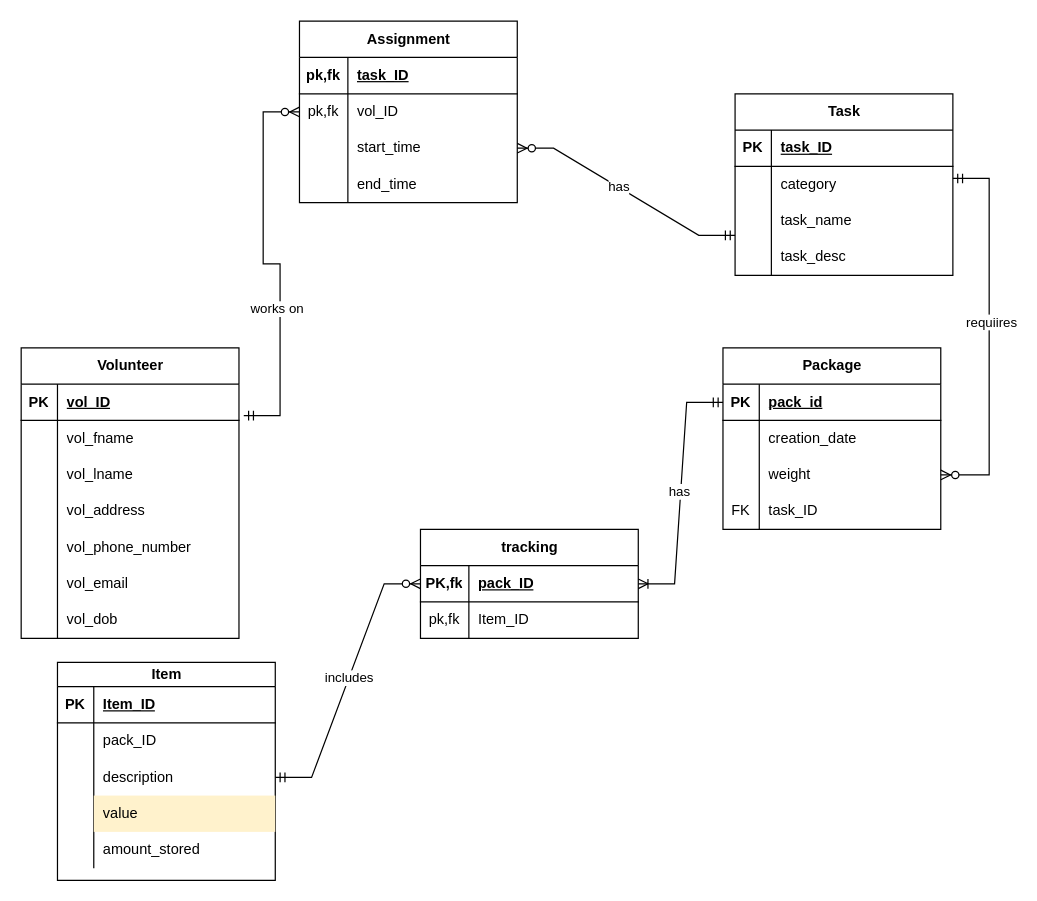
Before: Untitled Diagram.drawio in yumvinegar/database, a draw.io diagram. Source tidied: cells renumbered, new cells numbered last; positions are measured from the earlier drawing's top-left corner, leaving out a move shared by most shapes. Both pictures are drawn from the tidied source at 121%, with x=0, y=0 at pixel (21, 21).
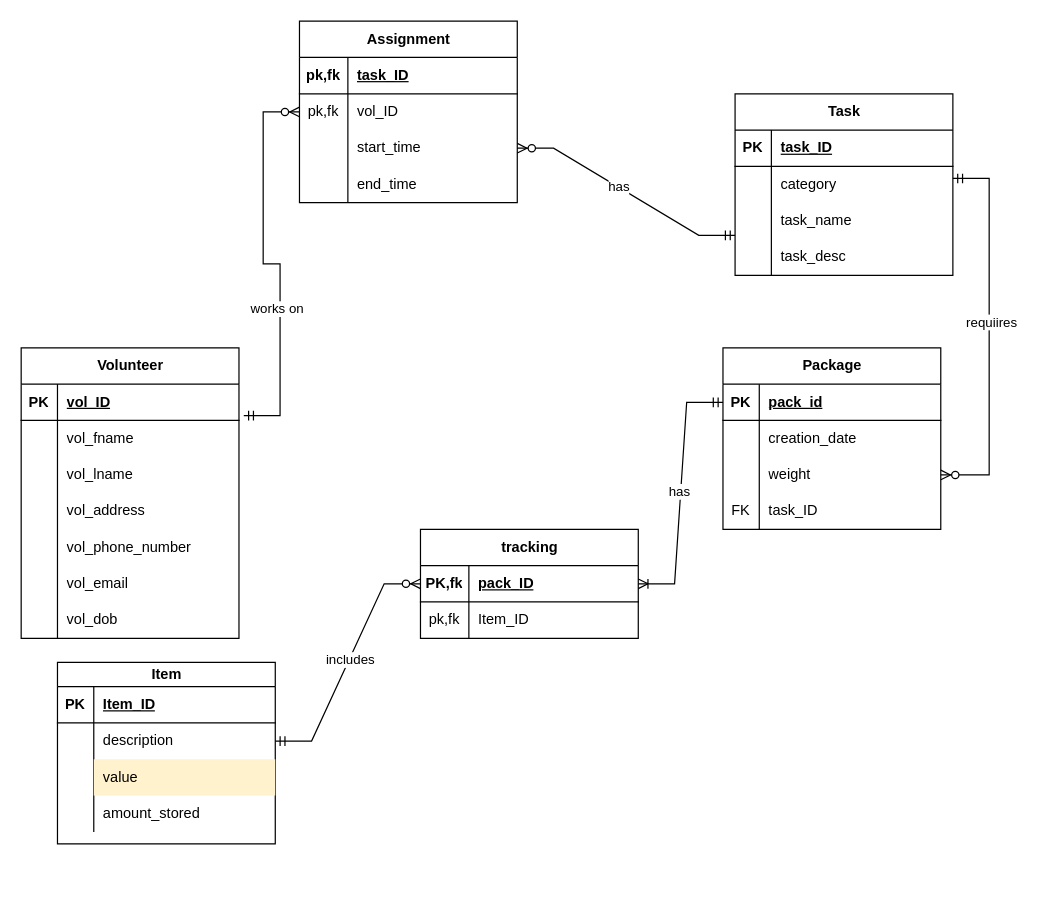
After the change.

Diff of the diagram source:
```diff
@@
     <mxCell id="24" value="Item" style="shape=table;startSize=20;childLayout=tableLayout;rowLines=0;fontStyle=1;align=center;html=1;" parent="1" vertex="1">
-      <mxGeometry x="30" y="530" width="180" height="180" as="geometry" />
+      <mxGeometry x="30" y="530" width="180" height="150" as="geometry" />
     </mxCell>
@@
-    <mxCell id="28" style="shape=tableRow;horizontal=0;startSize=0;swimlaneHead=0;swimlaneBody=0;fillColor=none;top=0;left=0;right=0;bottom=0;" parent="24" vertex="1">
-      <mxGeometry y="50" width="180" height="30" as="geometry" />
-    </mxCell>
-    <mxCell id="29" style="shape=partialRectangle;fillColor=none;top=0;left=0;bottom=0;right=0;overflow=hidden;whiteSpace=wrap;html=1;" parent="28" vertex="1">
-      <mxGeometry width="30" height="30" as="geometry" />
-    </mxCell>
-    <mxCell id="30" value="pack_ID" style="shape=partialRectangle;fillColor=none;top=0;left=0;bottom=0;right=0;align=left;spacingLeft=6;overflow=hidden;whiteSpace=wrap;html=1;" parent="28" vertex="1">
-      <mxGeometry x="30" width="150" height="30" as="geometry" />
-    </mxCell>
     <mxCell id="31" style="shape=tableRow;horizontal=0;startSize=0;swimlaneHead=0;swimlaneBody=0;fillColor=none;points=[[0,0.5],[1,0.5]];portConstraint=eastwest;top=0;left=0;right=0;bottom=0;" parent="24" vertex="1">
-      <mxGeometry y="80" width="180" height="30" as="geometry" />
+      <mxGeometry y="50" width="180" height="30" as="geometry" />
     </mxCell>
@@
     <mxCell id="34" style="shape=tableRow;horizontal=0;startSize=0;swimlaneHead=0;swimlaneBody=0;fillColor=none;top=0;left=0;right=0;bottom=0;" parent="24" vertex="1">
-      <mxGeometry y="110" width="180" height="30" as="geometry" />
+      <mxGeometry y="80" width="180" height="30" as="geometry" />
     </mxCell>
@@
     <mxCell id="37" style="shape=tableRow;horizontal=0;startSize=0;swimlaneHead=0;swimlaneBody=0;fillColor=none;top=0;left=0;right=0;bottom=0;" parent="24" vertex="1">
-      <mxGeometry y="140" width="180" height="30" as="geometry" />
+      <mxGeometry y="110" width="180" height="30" as="geometry" />
     </mxCell>
```
